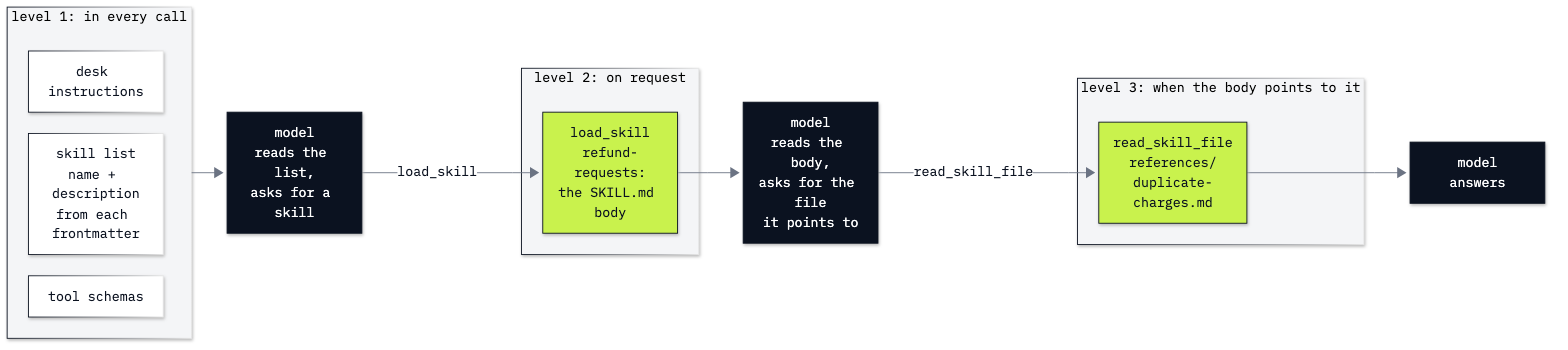
Before: 05_Context_And_Skills/resources/lab05_three_levels.png, a diagram exported from Mermaid (tatwan/ai_agents_course). Its source is kept beside it as 05_Context_And_Skills/resources/lab05_three_levels.mmd.
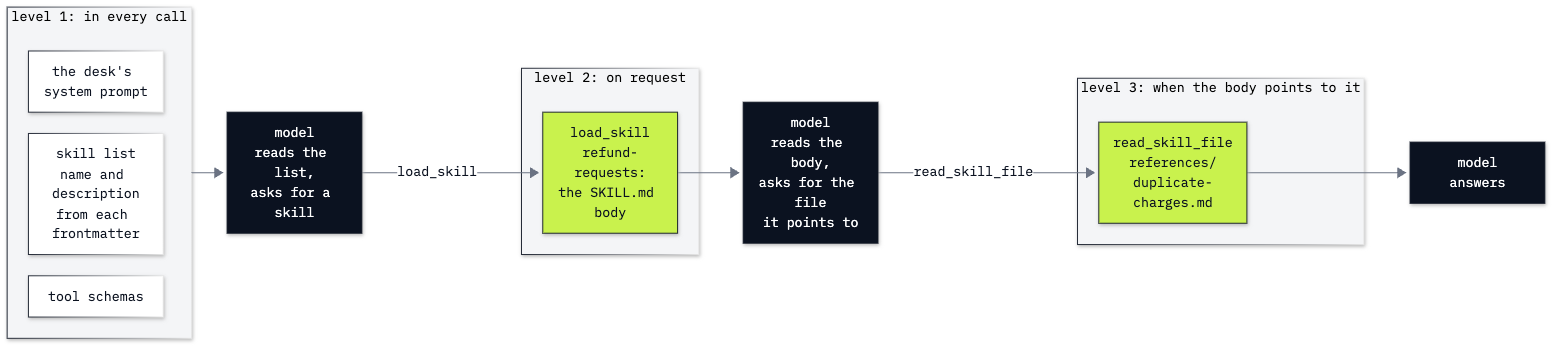
Above is the later version.

The edit, as a diff of the source:
```diff
@@ -2,7 +2,7 @@
 flowchart LR
     subgraph L1["level 1: in every call"]
         direction TB
-        s1[desk instructions] ~~~ s2[skill list<br/>name + description<br/>from each frontmatter] ~~~ s3[tool schemas]
+        s1["the desk's system prompt"] ~~~ s2[skill list<br/>name and description<br/>from each frontmatter] ~~~ s3[tool schemas]
     end
     m1[model<br/>reads the list,<br/>asks for a skill]
     subgraph L2["level 2: on request"]
```
